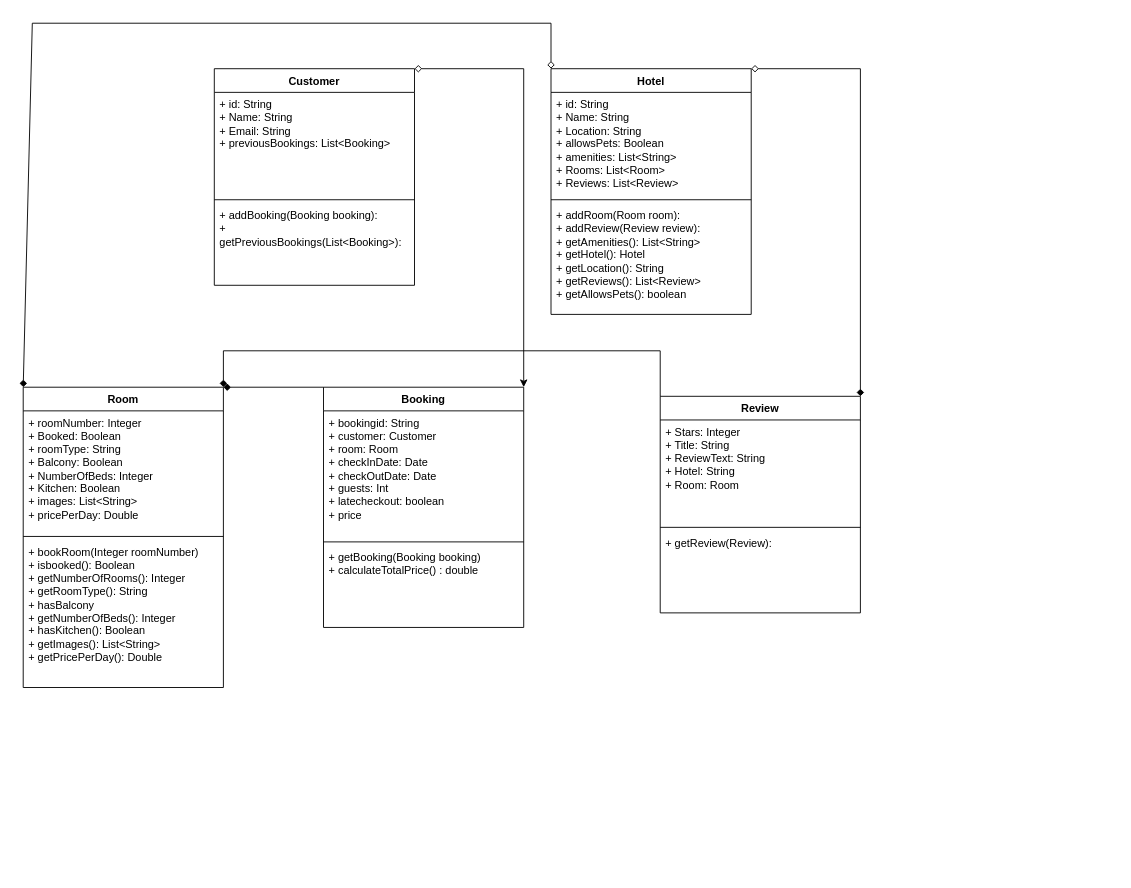
Earlier version of the draw.io diagram V2/Domain module.drawio (rthor997/HBV401G-Throun_hugbunathar). Source tidied: cells renumbered, new cells numbered last; positions are measured from the earlier drawing's top-left corner, leaving out a move shared by most shapes. Both pictures are drawn from the tidied source at 91%, with x=0, y=0 at pixel (23, 23).
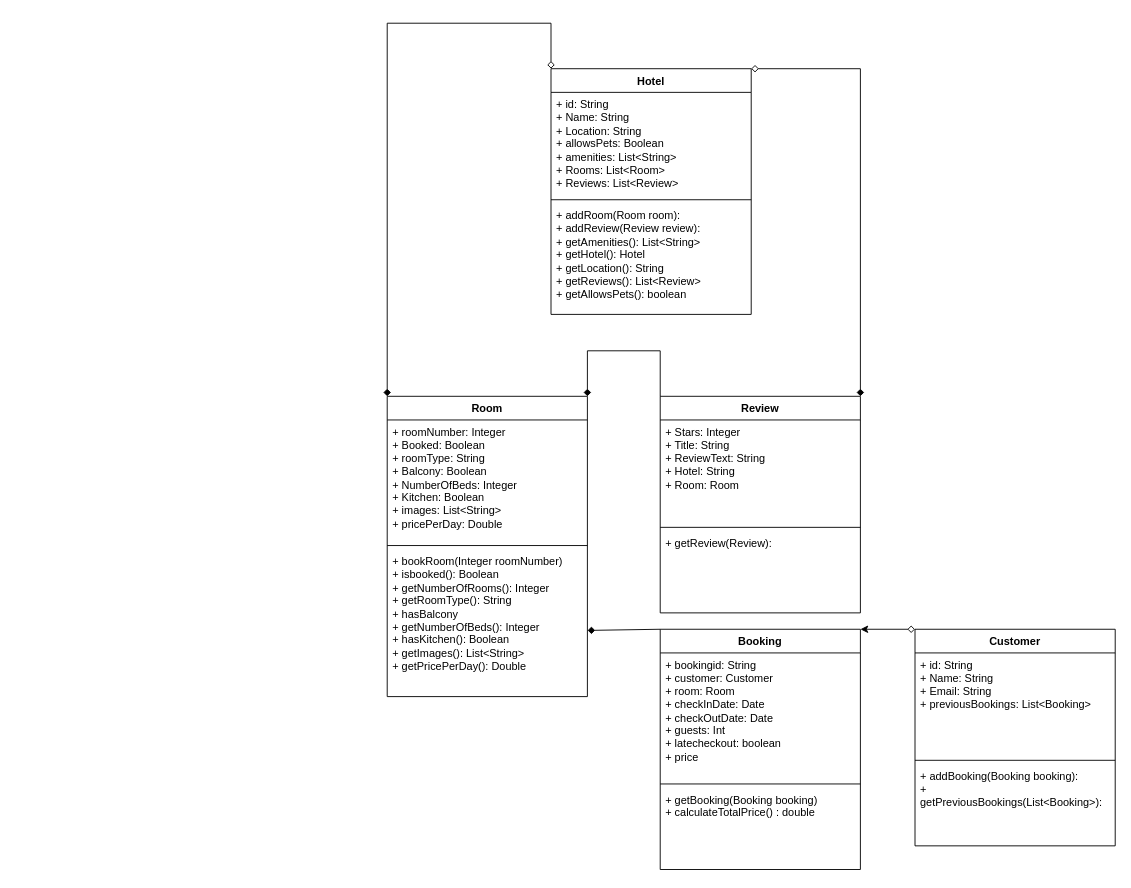
After the change.

Commit message:
færði til

Unchanged cells that the change refers to:
```xml
<mxCell id="6" value="Hotel" style="swimlane;fontStyle=1;align=center;verticalAlign=top;horizontal=1;startSize=26;whiteSpace=wrap;html=1;" parent="1" vertex="1">
  <mxGeometry x="580" y="50" width="220" height="270" as="geometry" />
</mxCell>
<mxCell id="10" value="Review" style="swimlane;fontStyle=1;align=center;verticalAlign=top;horizontal=1;startSize=26;whiteSpace=wrap;html=1;" parent="1" vertex="1">
  <mxGeometry x="700" y="410" width="220" height="238" as="geometry" />
</mxCell>
<mxCell id="21" value="+ bookRoom(Integer roomNumber)&lt;div&gt;+ isbooked(): Boolean&lt;/div&gt;&lt;div&gt;&lt;span style=&quot;background-color: transparent; color: light-dark(rgb(0, 0, 0), rgb(255, 255, 255));&quot;&gt;+&amp;nbsp;&lt;/span&gt;getNumberOfRooms(): Integer&lt;/div&gt;&lt;div&gt;&lt;span style=&quot;background-color: transparent; color: light-dark(rgb(0, 0, 0), rgb(255, 255, 255));&quot;&gt;+&amp;nbsp;&lt;/span&gt;getRoomType(): String&lt;/div&gt;&lt;div&gt;&lt;span style=&quot;background-color: transparent; color: light-dark(rgb(0, 0, 0), rgb(255, 255, 255));&quot;&gt;+ hasBalcony&lt;/span&gt;&lt;/div&gt;&lt;div&gt;+ getNumberOfBeds(): Integer&lt;/div&gt;&lt;div&gt;+ hasKitchen(): Boolean&lt;/div&gt;&lt;div&gt;+ getImages(): List&amp;lt;String&amp;gt;&lt;/div&gt;&lt;div&gt;+ getPricePerDay(): Double&lt;br&gt;&lt;div&gt;&lt;br&gt;&lt;/div&gt;&lt;div&gt;&lt;br&gt;&lt;/div&gt;&lt;/div&gt;" style="text;strokeColor=none;fillColor=none;align=left;verticalAlign=top;spacingLeft=4;spacingRight=4;overflow=hidden;points=[[0,0.5],[1,0.5]];portConstraint=eastwest;whiteSpace=wrap;html=1;" parent="18" vertex="1">
  <mxGeometry y="168" width="220" height="162" as="geometry" />
</mxCell>
```

Diff of the diagram source:
```diff
@@
     <mxCell id="2" value="Customer" style="swimlane;fontStyle=1;align=center;verticalAlign=top;horizontal=1;startSize=26;whiteSpace=wrap;html=1;" parent="1" vertex="1">
-      <mxGeometry x="210" y="50" width="220" height="238" as="geometry" />
+      <mxGeometry x="980" y="666" width="220" height="238" as="geometry" />
     </mxCell>
@@
     <mxCell id="14" value="Booking" style="swimlane;fontStyle=1;align=center;verticalAlign=top;horizontal=1;startSize=26;whiteSpace=wrap;html=1;" parent="1" vertex="1">
-      <mxGeometry x="330" y="400" width="220" height="264" as="geometry" />
+      <mxGeometry x="700" y="666" width="220" height="264" as="geometry" />
     </mxCell>
@@
     <mxCell id="18" value="Room" style="swimlane;fontStyle=1;align=center;verticalAlign=top;horizontal=1;startSize=26;whiteSpace=wrap;html=1;" parent="1" vertex="1">
-      <mxGeometry y="400" width="220" height="330" as="geometry" />
+      <mxGeometry x="400" y="410" width="220" height="330" as="geometry" />
     </mxCell>
@@
     <mxCell id="23" style="endArrow=diamond;startArrow=diamond;html=1;rounded=0;exitX=0;exitY=0;exitDx=0;exitDy=0;entryX=0;entryY=0;entryDx=0;entryDy=0;startFill=1;endFill=0;" parent="1" edge="1" source="18" target="6">
       <mxGeometry relative="1" as="geometry">
         <Array as="points">
-          <mxPoint x="10" />
+          <mxPoint x="400" />
           <mxPoint x="580" />
         </Array>
       </mxGeometry>
     </mxCell>
     <mxCell id="24" style="endArrow=diamond;startArrow=classic;html=1;rounded=0;exitX=1;exitY=0;exitDx=0;exitDy=0;startFill=1;endFill=0;" parent="1" edge="1" source="14">
       <mxGeometry relative="1" as="geometry">
-        <mxPoint x="430" y="50" as="targetPoint" />
-        <Array as="points">
-          <mxPoint x="550" y="50" />
-        </Array>
+        <mxPoint x="980" y="666" as="targetPoint" />
       </mxGeometry>
     </mxCell>
     <mxCell id="25" style="endArrow=diamond;html=1;rounded=0;exitX=0;exitY=0;exitDx=0;exitDy=0;entryX=1;entryY=0;entryDx=0;entryDy=0;endFill=1;" parent="1" edge="1" source="10" target="18">
       <mxGeometry relative="1" as="geometry">
         <Array as="points">
           <mxPoint x="700" y="360" />
-          <mxPoint x="220" y="360" />
+          <mxPoint x="620" y="360" />
         </Array>
       </mxGeometry>
     </mxCell>
-    <mxCell id="26" style="endArrow=diamond;html=1;rounded=0;exitX=0;exitY=0;exitDx=0;exitDy=0;entryX=1;entryY=0;entryDx=0;entryDy=0;endFill=1;" parent="1" edge="1" source="14" target="18">
+    <mxCell id="26" style="endArrow=diamond;html=1;rounded=0;exitX=0;exitY=0;exitDx=0;exitDy=0;entryX=1.001;entryY=0.551;entryDx=0;entryDy=0;endFill=1;entryPerimeter=0;" parent="1" edge="1" source="14" target="21">
       <mxGeometry relative="1" as="geometry" />
     </mxCell>
```
